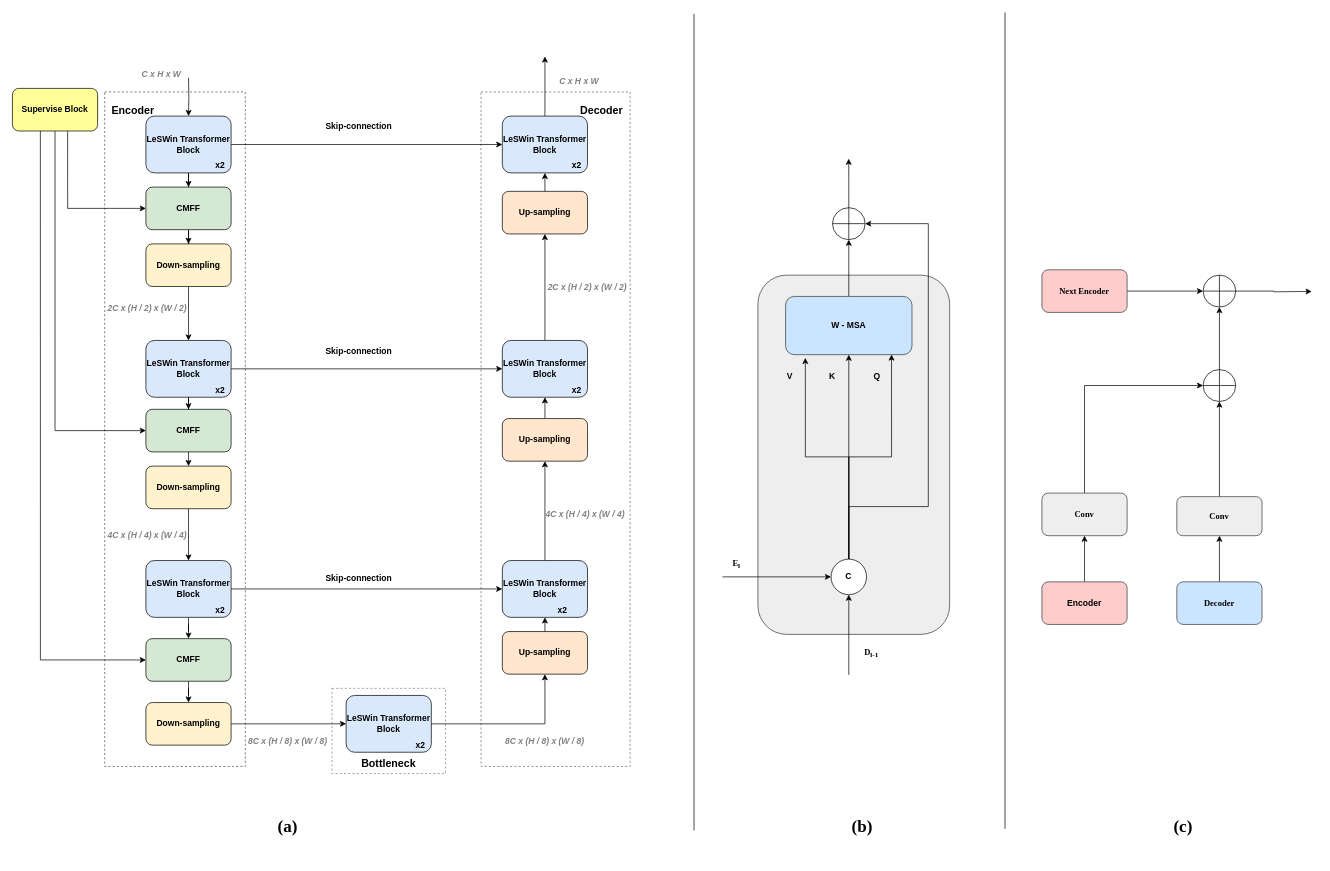
Above: MTRNet.drawio in user815886724/Drawio (draw.io), before the change. Source tidied: cells renumbered, new cells numbered last; positions are measured from the earlier drawing's top-left corner, leaving out a move shared by most shapes. Both pictures are drawn from the tidied source at 71%, with x=0, y=0 at pixel (12, 12).
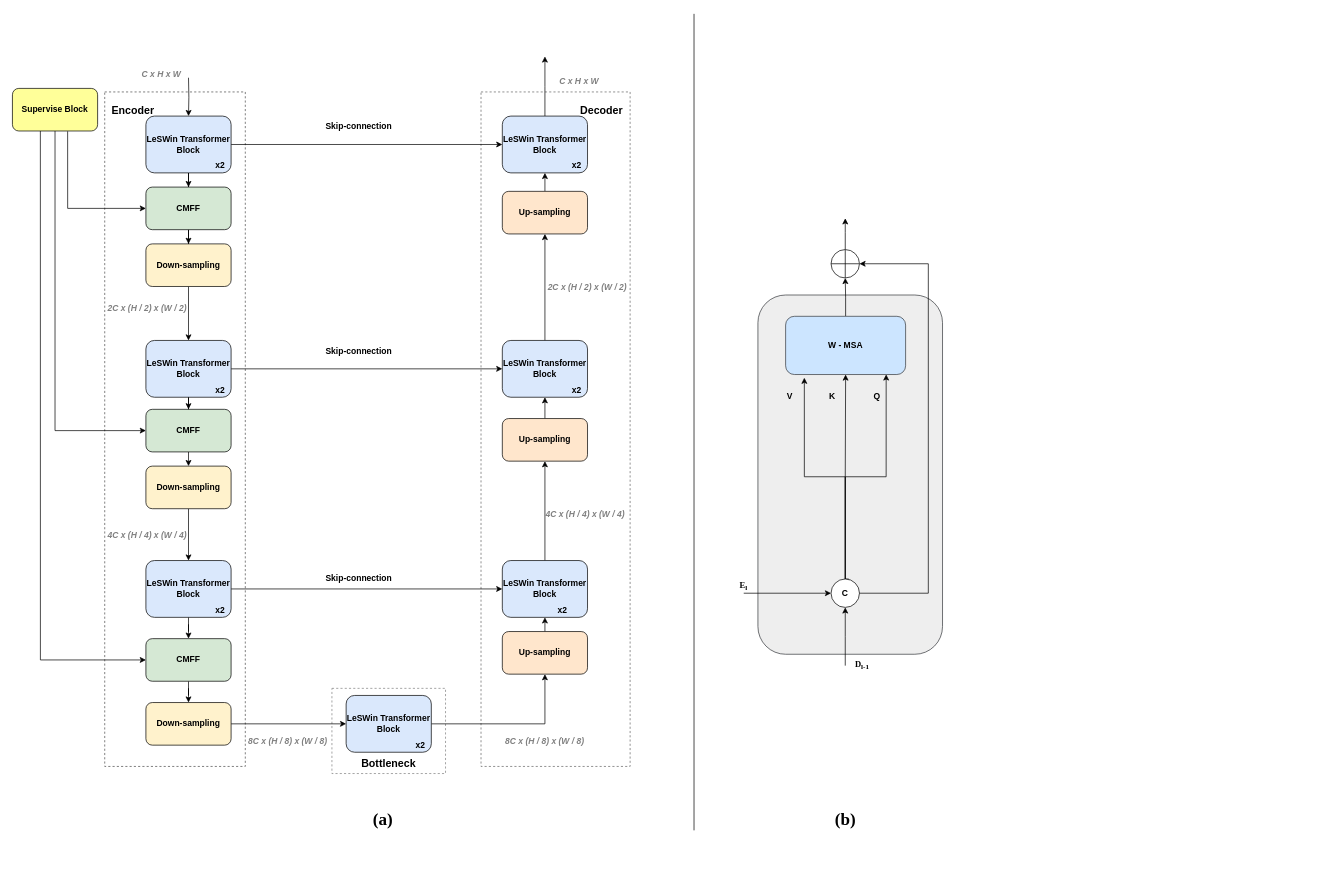
The same diagram, later.

Change to the diagram source:
```diff
@@
     <mxCell id="2" style="rounded=1;whiteSpace=wrap;html=1;strokeColor=#36393d;fillColor=#eeeeee;fontStyle=1;" parent="1" vertex="1">
-      <mxGeometry x="1050" y="370" width="270" height="506" as="geometry" />
+      <mxGeometry x="1050" y="398" width="260" height="506" as="geometry" />
     </mxCell>
@@
     <mxCell id="71" value="W - MSA" style="rounded=1;whiteSpace=wrap;html=1;strokeColor=#36393d;fillColor=#cce5ff;fontStyle=1;" parent="1" vertex="1">
-      <mxGeometry x="1089" y="400" width="178" height="82" as="geometry" />
+      <mxGeometry x="1089" y="428" width="169" height="82" as="geometry" />
     </mxCell>
@@
     <mxCell id="73" style="edgeStyle=orthogonalEdgeStyle;rounded=0;jettySize=auto;html=1;exitX=0.5;exitY=1;exitDx=0;exitDy=0;startArrow=classic;startFill=1;endArrow=none;endFill=0;fontStyle=1;" parent="1" edge="1" source="78">
       <mxGeometry relative="1" as="geometry">
-        <mxPoint x="1178" y="933" as="targetPoint" />
+        <mxPoint x="1173" y="920" as="targetPoint" />
       </mxGeometry>
     </mxCell>
     <mxCell id="74" style="edgeStyle=orthogonalEdgeStyle;rounded=0;jettySize=auto;html=1;exitX=0;exitY=0.5;exitDx=0;exitDy=0;startArrow=classic;startFill=1;endArrow=none;endFill=0;fontStyle=1;" parent="1" edge="1" source="78">
       <mxGeometry relative="1" as="geometry">
-        <mxPoint x="1000" y="795" as="targetPoint" />
+        <mxPoint x="1030" y="818" as="targetPoint" />
+        <Array as="points">
+          <mxPoint x="1030" y="818" />
+          <mxPoint x="1030" y="818" />
+        </Array>
       </mxGeometry>
     </mxCell>
@@
     <mxCell id="77" style="edgeStyle=orthogonalEdgeStyle;rounded=0;jettySize=auto;html=1;exitX=0.5;exitY=0;exitDx=0;exitDy=0;entryX=1;entryY=0.5;entryDx=0;entryDy=0;startArrow=none;startFill=0;endArrow=classic;endFill=1;fontStyle=1;" parent="1" edge="1" source="78" target="80">
       <mxGeometry relative="1" as="geometry">
         <Array as="points">
-          <mxPoint x="1178" y="696" />
-          <mxPoint x="1290" y="696" />
-          <mxPoint x="1290" y="298" />
+          <mxPoint x="1178" y="798" />
+          <mxPoint x="1178" y="818" />
+          <mxPoint x="1290" y="818" />
+          <mxPoint x="1290" y="354" />
         </Array>
       </mxGeometry>
     </mxCell>
     <mxCell id="78" value="C" style="ellipse;whiteSpace=wrap;html=1;fontStyle=1;" parent="1" vertex="1">
-      <mxGeometry x="1153" y="770" width="50" height="50" as="geometry" />
+      <mxGeometry x="1153" y="798" width="40" height="40" as="geometry" />
     </mxCell>
     <mxCell id="79" style="edgeStyle=orthogonalEdgeStyle;rounded=0;jettySize=auto;html=1;exitX=0.5;exitY=0;exitDx=0;exitDy=0;startArrow=none;startFill=0;endArrow=classic;endFill=1;fontStyle=1;" parent="1" edge="1" source="80">
       <mxGeometry relative="1" as="geometry">
-        <mxPoint x="1177.9" y="206" as="targetPoint" />
+        <mxPoint x="1173" y="290" as="targetPoint" />
+        <Array as="points">
+          <mxPoint x="1173" y="310" />
+          <mxPoint x="1173" y="310" />
+        </Array>
       </mxGeometry>
     </mxCell>
     <mxCell id="80" style="shape=orEllipse;perimeter=ellipsePerimeter;whiteSpace=wrap;html=1;backgroundOutline=1;fontColor=#FF170F;strokeColor=#000000;align=center;verticalAlign=top;fillColor=default;fontStyle=1;" parent="1" vertex="1">
-      <mxGeometry x="1155" y="275" width="46" height="45" as="geometry" />
+      <mxGeometry x="1153" y="334" width="40" height="40" as="geometry" />
     </mxCell>
     <mxCell id="81" value="V" style="text;html=1;strokeColor=none;fillColor=none;align=center;verticalAlign=middle;whiteSpace=wrap;rounded=0;fontStyle=1;" parent="1" vertex="1">
-      <mxGeometry x="1080" y="503" width="30" height="20" as="geometry" />
+      <mxGeometry x="1080" y="531" width="30" height="20" as="geometry" />
     </mxCell>
     <mxCell id="82" value="K" style="text;html=1;strokeColor=none;fillColor=none;align=center;verticalAlign=middle;whiteSpace=wrap;rounded=0;fontStyle=1;" parent="1" vertex="1">
-      <mxGeometry x="1140" y="503" width="30" height="20" as="geometry" />
+      <mxGeometry x="1140" y="531" width="30" height="20" as="geometry" />
     </mxCell>
     <mxCell id="83" value="Q" style="text;html=1;strokeColor=none;fillColor=none;align=center;verticalAlign=middle;whiteSpace=wrap;rounded=0;fontStyle=1;" parent="1" vertex="1">
-      <mxGeometry x="1203" y="503" width="30" height="20" as="geometry" />
+      <mxGeometry x="1203" y="531" width="30" height="20" as="geometry" />
     </mxCell>
     <mxCell id="84" value="&lt;font face=&quot;Times New Roman&quot;&gt;E&lt;sub&gt;l&lt;/sub&gt;&lt;/font&gt;" style="text;html=1;strokeColor=none;fillColor=none;align=center;verticalAlign=middle;whiteSpace=wrap;rounded=0;fontStyle=1;" parent="1" vertex="1">
-      <mxGeometry x="990" y="762" width="60" height="30" as="geometry" />
+      <mxGeometry x="1010" y="803" width="40" height="10" as="geometry" />
     </mxCell>
     <mxCell id="85" value="&lt;font face=&quot;Times New Roman&quot;&gt;D&lt;sub&gt;l-1&lt;/sub&gt;&lt;/font&gt;" style="text;html=1;strokeColor=none;fillColor=none;align=center;verticalAlign=middle;whiteSpace=wrap;rounded=0;fontStyle=1;" parent="1" vertex="1">
-      <mxGeometry x="1180" y="887" width="60" height="30" as="geometry" />
+      <mxGeometry x="1167" y="904" width="60" height="30" as="geometry" />
     </mxCell>
     <mxCell id="86" value="&lt;h1&gt;(a)&lt;/h1&gt;" style="text;html=1;strokeColor=none;fillColor=none;align=center;verticalAlign=middle;whiteSpace=wrap;rounded=0;fontFamily=Times New Roman;fontStyle=1;" parent="1" vertex="1">
-      <mxGeometry x="206" y="1102" width="364" height="90" as="geometry" />
+      <mxGeometry x="340" y="1092" width="364" height="90" as="geometry" />
     </mxCell>
     <mxCell id="87" value="&lt;h1&gt;(b)&lt;/h1&gt;" style="text;html=1;strokeColor=none;fillColor=none;align=center;verticalAlign=middle;whiteSpace=wrap;rounded=0;fontFamily=Times New Roman;fontStyle=1;" parent="1" vertex="1">
-      <mxGeometry x="1015" y="1102" width="364" height="90" as="geometry" />
+      <mxGeometry x="1004" y="1092" width="339" height="90" as="geometry" />
     </mxCell>
-    <mxCell id="88" style="endArrow=none;html=1;rounded=0;fontStyle=1;" parent="1" edge="1">
-      <mxGeometry relative="1" as="geometry">
-        <mxPoint x="1398" y="1150" as="sourcePoint" />
-        <mxPoint x="1398" as="targetPoint" />
-      </mxGeometry>
-    </mxCell>
-    <mxCell id="89" style="edgeStyle=orthogonalEdgeStyle;rounded=0;jettySize=auto;html=1;fontFamily=Times New Roman;startArrow=none;startFill=0;endArrow=classic;endFill=1;" parent="1" edge="1" source="90" target="94">
-      <mxGeometry relative="1" as="geometry" />
-    </mxCell>
-    <mxCell id="90" value="&lt;span style=&quot;font-family: &amp;#34;helvetica&amp;#34; ; font-weight: 700&quot;&gt;Encoder&lt;/span&gt;" style="rounded=1;whiteSpace=wrap;html=1;fontFamily=Times New Roman;strokeColor=#36393d;fillColor=#ffcccc;" parent="1" vertex="1">
-      <mxGeometry x="1450" y="802" width="120" height="60" as="geometry" />
-    </mxCell>
-    <mxCell id="91" style="edgeStyle=orthogonalEdgeStyle;rounded=0;jettySize=auto;html=1;fontFamily=Times New Roman;startArrow=none;startFill=0;endArrow=classic;endFill=1;" parent="1" edge="1" source="92" target="96">
-      <mxGeometry relative="1" as="geometry" />
-    </mxCell>
-    <mxCell id="92" value="&lt;b&gt;Decoder&lt;/b&gt;" style="rounded=1;whiteSpace=wrap;html=1;fontFamily=Times New Roman;strokeColor=#36393d;fillColor=#cce5ff;" parent="1" vertex="1">
-      <mxGeometry x="1640" y="802" width="120" height="60" as="geometry" />
-    </mxCell>
-    <mxCell id="93" style="edgeStyle=orthogonalEdgeStyle;rounded=0;jettySize=auto;html=1;exitX=0.5;exitY=0;exitDx=0;exitDy=0;entryX=0;entryY=0.5;entryDx=0;entryDy=0;fontFamily=Times New Roman;startArrow=none;startFill=0;endArrow=classic;endFill=1;" parent="1" edge="1" source="94" target="98">
-      <mxGeometry relative="1" as="geometry" />
-    </mxCell>
-    <mxCell id="94" value="&lt;b&gt;Conv&lt;/b&gt;" style="rounded=1;whiteSpace=wrap;html=1;fontFamily=Times New Roman;fillColor=#eeeeee;strokeColor=#36393d;" parent="1" vertex="1">
-      <mxGeometry x="1450" y="677" width="120" height="60" as="geometry" />
-    </mxCell>
-    <mxCell id="95" style="edgeStyle=orthogonalEdgeStyle;rounded=0;jettySize=auto;html=1;exitX=0.5;exitY=0;exitDx=0;exitDy=0;entryX=0.5;entryY=1;entryDx=0;entryDy=0;fontFamily=Times New Roman;startArrow=none;startFill=0;endArrow=classic;endFill=1;" parent="1" edge="1" source="96" target="98">
-      <mxGeometry relative="1" as="geometry" />
-    </mxCell>
-    <mxCell id="96" value="&lt;b&gt;Conv&lt;/b&gt;" style="rounded=1;whiteSpace=wrap;html=1;fontFamily=Times New Roman;strokeColor=#36393d;fillColor=#eeeeee;" parent="1" vertex="1">
-      <mxGeometry x="1640" y="682" width="120" height="55" as="geometry" />
-    </mxCell>
-    <mxCell id="97" style="edgeStyle=orthogonalEdgeStyle;rounded=0;jettySize=auto;html=1;exitX=0.5;exitY=0;exitDx=0;exitDy=0;entryX=0.5;entryY=1;entryDx=0;entryDy=0;fontFamily=Times New Roman;startArrow=none;startFill=0;endArrow=classic;endFill=1;" parent="1" edge="1" source="98" target="100">
-      <mxGeometry relative="1" as="geometry" />
-    </mxCell>
-    <mxCell id="98" style="shape=orEllipse;perimeter=ellipsePerimeter;whiteSpace=wrap;html=1;backgroundOutline=1;fontColor=#FF170F;strokeColor=#000000;align=center;verticalAlign=top;fillColor=default;fontStyle=1;" parent="1" vertex="1">
-      <mxGeometry x="1677" y="503" width="46" height="45" as="geometry" />
-    </mxCell>
-    <mxCell id="99" style="edgeStyle=orthogonalEdgeStyle;rounded=0;jettySize=auto;html=1;exitX=1;exitY=0.5;exitDx=0;exitDy=0;fontFamily=Times New Roman;startArrow=none;startFill=0;endArrow=classic;endFill=1;" parent="1" edge="1" source="100">
-      <mxGeometry relative="1" as="geometry">
-        <mxPoint x="1830" y="393" as="targetPoint" />
-      </mxGeometry>
-    </mxCell>
-    <mxCell id="100" style="shape=orEllipse;perimeter=ellipsePerimeter;whiteSpace=wrap;html=1;backgroundOutline=1;fontColor=#FF170F;strokeColor=#000000;align=center;verticalAlign=top;fillColor=default;fontStyle=1;" parent="1" vertex="1">
-      <mxGeometry x="1677" y="370" width="46" height="45" as="geometry" />
-    </mxCell>
-    <mxCell id="101" style="edgeStyle=orthogonalEdgeStyle;rounded=0;jettySize=auto;html=1;exitX=1;exitY=0.5;exitDx=0;exitDy=0;entryX=0;entryY=0.5;entryDx=0;entryDy=0;fontFamily=Times New Roman;startArrow=none;startFill=0;endArrow=classic;endFill=1;" parent="1" edge="1" source="102" target="100">
-      <mxGeometry relative="1" as="geometry" />
-    </mxCell>
-    <mxCell id="102" value="&lt;b&gt;Next Encoder&lt;/b&gt;" style="rounded=1;whiteSpace=wrap;html=1;fontFamily=Times New Roman;strokeColor=#36393d;fillColor=#ffcccc;" parent="1" vertex="1">
-      <mxGeometry x="1450" y="362.5" width="120" height="60" as="geometry" />
-    </mxCell>
-    <mxCell id="103" value="&lt;h1&gt;(c)&lt;/h1&gt;" style="text;html=1;strokeColor=none;fillColor=none;align=center;verticalAlign=middle;whiteSpace=wrap;rounded=0;fontFamily=Times New Roman;fontStyle=1;" parent="1" vertex="1">
-      <mxGeometry x="1467" y="1102" width="364" height="90" as="geometry" />
-    </mxCell>
```
